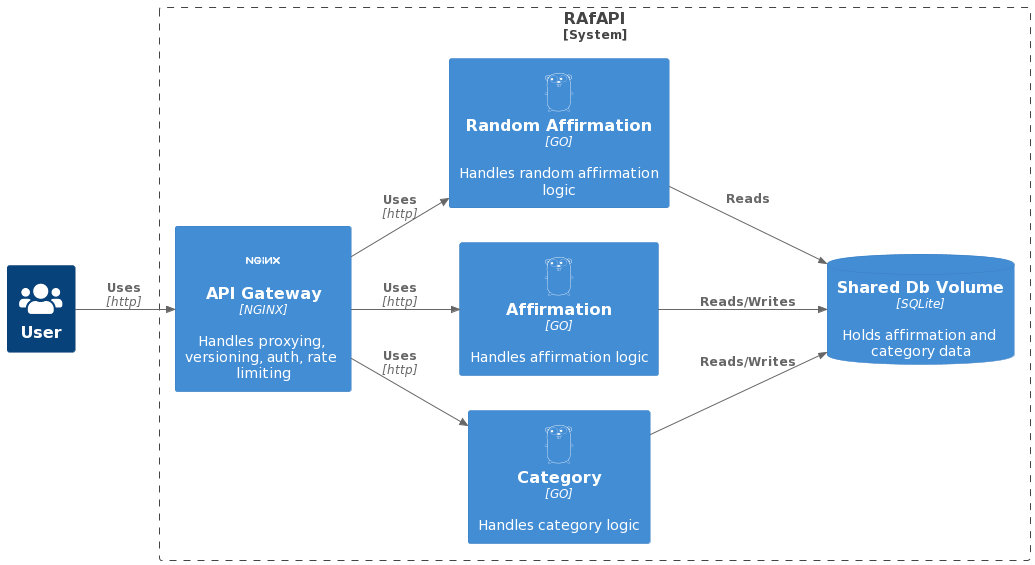
Before: doc/overview.png, a diagram exported from PlantUML (Gadoma/RAfAPI). Source of this version:
```plantuml
@startuml
!include https://raw.githubusercontent.com/kirchsth/C4-PlantUML/extended/C4_Container.puml
!include https://raw.githubusercontent.com/plantuml-stdlib/C4-PlantUML/master/C4_Component.puml

!define DEVICONS https://raw.githubusercontent.com/tupadr3/plantuml-icon-font-sprites/master/devicons
!define FONTAWESOME https://raw.githubusercontent.com/tupadr3/plantuml-icon-font-sprites/master/font-awesome-5
!include DEVICONS/nginx.puml
!include DEVICONS/go.puml
!include FONTAWESOME/users.puml

LAYOUT_LEFT_RIGHT()
HIDE_STEREOTYPE()

Person(user, "User", $sprite="users")

System_Boundary(c1, "RAfAPI") {
Container(gateway, "API Gateway", "NGINX", "Handles proxying, versioning, auth, rate limiting", $sprite="nginx")
Container(cat, "Category", "GO", "Handles category logic", $sprite="go")
Container(aff, "Affirmation", "GO", "Handles affirmation logic", $sprite="go")
Container(raf, "Random Affirmation", "GO", "Handles random affirmation logic", $sprite="go")
ContainerDb(db, "Shared Db Volume", "SQLite", "Holds affirmation and category data")
}


Rel(user, gateway, "Uses", "http")
Rel(gateway, raf, "Uses", "http")
Rel(gateway, aff, "Uses", "http")
Rel(gateway, cat, "Uses", "http")
Rel(raf, db, "Reads")
Rel(aff, db, "Reads/Writes")
Rel(cat, db, "Reads/Writes")
@enduml
```
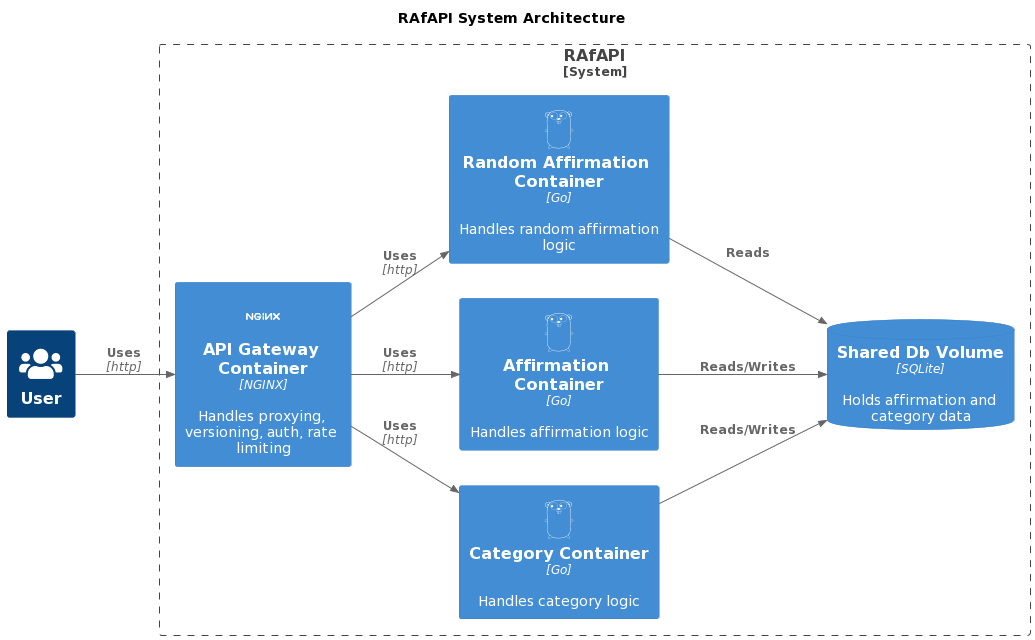
After the change.

The edit, as a diff of the source:
```diff
@@ -11,13 +11,17 @@
 LAYOUT_LEFT_RIGHT()
 HIDE_STEREOTYPE()
 
+title
+RAfAPI System Architecture
+end title
+
 Person(user, "User", $sprite="users")
 
 System_Boundary(c1, "RAfAPI") {
-Container(gateway, "API Gateway", "NGINX", "Handles proxying, versioning, auth, rate limiting", $sprite="nginx")
-Container(cat, "Category", "GO", "Handles category logic", $sprite="go")
-Container(aff, "Affirmation", "GO", "Handles affirmation logic", $sprite="go")
-Container(raf, "Random Affirmation", "GO", "Handles random affirmation logic", $sprite="go")
+Container(gateway, "API Gateway Container", "NGINX", "Handles proxying, versioning, auth, rate limiting", $sprite="nginx")
+Container(cat, "Category Container", "Go", "Handles category logic", $sprite="go")
+Container(aff, "Affirmation Container", "Go", "Handles affirmation logic", $sprite="go")
+Container(raf, "Random Affirmation Container", "Go", "Handles random affirmation logic", $sprite="go")
 ContainerDb(db, "Shared Db Volume", "SQLite", "Holds affirmation and category data")
 }
 
```
